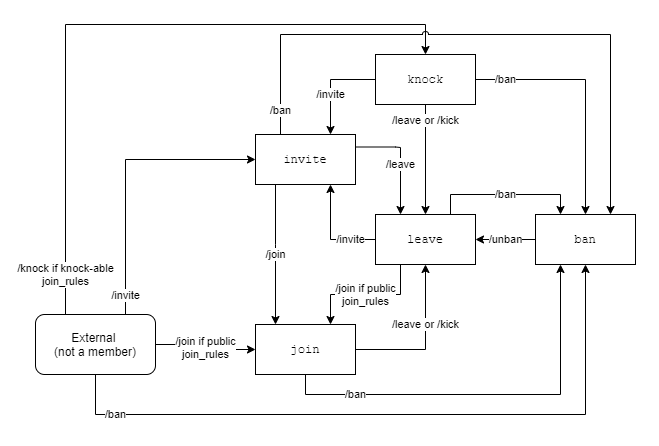
This is website/spec/static/diagrams/membership.png from imzqqq/chat, a draw.io export, as it was before one commit. Source tidied: cells renumbered, new cells last; positions are measured from the earlier drawing's top-left corner, leaving out a move shared by most shapes. Source of this version:
```xml
<mxGraphModel>
  <root>
    <mxCell id="0" />
    <mxCell id="1" parent="0" />
    <mxCell id="2" value="/join" style="edgeStyle=orthogonalEdgeStyle;rounded=0;jettySize=auto;html=1;" parent="1" edge="1" source="4" target="7">
      <mxGeometry relative="1" as="geometry">
        <Array as="points">
          <mxPoint x="240" y="220" />
          <mxPoint x="240" y="220" />
        </Array>
      </mxGeometry>
    </mxCell>
    <mxCell id="3" value="/leave" style="edgeStyle=orthogonalEdgeStyle;rounded=0;jettySize=auto;html=1;exitX=1;exitY=0.25;exitDx=0;exitDy=0;entryX=0.25;entryY=0;entryDx=0;entryDy=0;" parent="1" edge="1" source="21" target="13">
      <mxGeometry x="0.11" relative="1" as="geometry">
        <Array as="points">
          <mxPoint x="360" y="123" />
          <mxPoint x="365" y="123" />
        </Array>
      </mxGeometry>
    </mxCell>
    <mxCell id="4" value="invite" style="rounded=0;whiteSpace=wrap;html=1;" parent="1" vertex="1">
      <mxGeometry x="220" y="110" width="100" height="50" as="geometry" />
    </mxCell>
    <mxCell id="5" value="/leave or /kick" style="edgeStyle=orthogonalEdgeStyle;rounded=0;jettySize=auto;html=1;" parent="1" edge="1" source="7" target="13">
      <mxGeometry x="0.23" relative="1" as="geometry" />
    </mxCell>
    <mxCell id="6" value="/ban" style="edgeStyle=orthogonalEdgeStyle;rounded=0;jettySize=auto;html=1;exitX=0.5;exitY=1;exitDx=0;exitDy=0;entryX=0.25;entryY=1;entryDx=0;entryDy=0;" parent="1" edge="1" source="7" target="9">
      <mxGeometry x="-0.65" relative="1" as="geometry" />
    </mxCell>
    <mxCell id="7" value="join" style="rounded=0;whiteSpace=wrap;html=1;fontFamily=Courier New;" parent="1" vertex="1">
      <mxGeometry x="220" y="300" width="100" height="50" as="geometry" />
    </mxCell>
    <mxCell id="8" value="/unban" style="edgeStyle=orthogonalEdgeStyle;rounded=0;jettySize=auto;html=1;exitX=0;exitY=0.5;exitDx=0;exitDy=0;entryX=1;entryY=0.5;entryDx=0;entryDy=0;" parent="1" edge="1" source="9" target="13">
      <mxGeometry relative="1" as="geometry" />
    </mxCell>
    <mxCell id="9" value="ban" style="rounded=0;whiteSpace=wrap;html=1;fontFamily=Courier New;" parent="1" vertex="1">
      <mxGeometry x="500" y="190" width="100" height="50" as="geometry" />
    </mxCell>
    <mxCell id="10" value="/join if public&lt;br&gt;join_rules" style="edgeStyle=orthogonalEdgeStyle;rounded=0;jettySize=auto;html=1;exitX=0.25;exitY=1;exitDx=0;exitDy=0;entryX=0.75;entryY=0;entryDx=0;entryDy=0;" parent="1" edge="1" source="13" target="7">
      <mxGeometry relative="1" as="geometry" />
    </mxCell>
    <mxCell id="11" value="/invite" style="edgeStyle=orthogonalEdgeStyle;rounded=0;jettySize=auto;html=1;entryX=0.75;entryY=1;entryDx=0;entryDy=0;" parent="1" edge="1" source="13" target="21">
      <mxGeometry x="-0.5" relative="1" as="geometry" />
    </mxCell>
    <mxCell id="12" value="/ban" style="edgeStyle=orthogonalEdgeStyle;rounded=0;jettySize=auto;html=1;exitX=0.75;exitY=0;exitDx=0;exitDy=0;entryX=0.25;entryY=0;entryDx=0;entryDy=0;" parent="1" edge="1" source="13" target="9">
      <mxGeometry relative="1" as="geometry" />
    </mxCell>
    <mxCell id="13" value="leave" style="rounded=0;whiteSpace=wrap;html=1;fontFamily=Courier New;" parent="1" vertex="1">
      <mxGeometry x="340" y="190" width="100" height="50" as="geometry" />
    </mxCell>
    <mxCell id="14" value="/invite" style="edgeStyle=orthogonalEdgeStyle;rounded=0;jettySize=auto;html=1;exitX=0.75;exitY=0;exitDx=0;exitDy=0;entryX=0;entryY=0.5;entryDx=0;entryDy=0;" parent="1" edge="1" source="22" target="21">
      <mxGeometry x="-0.87" relative="1" as="geometry" />
    </mxCell>
    <mxCell id="15" value="/join if public&lt;br&gt;join_rules" style="edgeStyle=orthogonalEdgeStyle;rounded=0;jettySize=auto;html=1;exitX=1;exitY=0.5;exitDx=0;exitDy=0;" parent="1" edge="1" source="22" target="7">
      <mxGeometry relative="1" as="geometry" />
    </mxCell>
    <mxCell id="16" value="/ban" style="edgeStyle=orthogonalEdgeStyle;rounded=0;jettySize=auto;html=1;entryX=0.5;entryY=1;entryDx=0;entryDy=0;exitX=0.5;exitY=1;exitDx=0;exitDy=0;" parent="1" edge="1" source="22" target="9">
      <mxGeometry x="-0.82" relative="1" as="geometry">
        <Array as="points">
          <mxPoint x="60" y="390" />
          <mxPoint x="550" y="390" />
        </Array>
      </mxGeometry>
    </mxCell>
    <mxCell id="17" value="/invite" style="edgeStyle=orthogonalEdgeStyle;rounded=0;jettySize=auto;html=1;exitX=0;exitY=0.5;exitDx=0;exitDy=0;entryX=0.75;entryY=0;entryDx=0;entryDy=0;fontFamily=Helvetica;" parent="1" edge="1" source="20" target="21">
      <mxGeometry x="0.2" relative="1" as="geometry">
        <Array as="points">
          <mxPoint x="295" y="55" />
        </Array>
      </mxGeometry>
    </mxCell>
    <mxCell id="18" value="/leave or /kick" style="edgeStyle=orthogonalEdgeStyle;rounded=0;jettySize=auto;html=1;exitX=0.5;exitY=1;exitDx=0;exitDy=0;entryX=0.5;entryY=0;entryDx=0;entryDy=0;fontFamily=Helvetica;" parent="1" edge="1" source="20" target="13">
      <mxGeometry x="-0.71" relative="1" as="geometry" />
    </mxCell>
    <mxCell id="19" value="/ban" style="edgeStyle=orthogonalEdgeStyle;rounded=0;jettySize=auto;html=1;exitX=1;exitY=0.5;exitDx=0;exitDy=0;entryX=0.5;entryY=0;entryDx=0;entryDy=0;fontFamily=Helvetica;" parent="1" edge="1" source="20" target="9">
      <mxGeometry x="-0.76" relative="1" as="geometry" />
    </mxCell>
    <mxCell id="20" value="knock" style="rounded=0;whiteSpace=wrap;html=1;fontFamily=Courier New;" parent="1" vertex="1">
      <mxGeometry x="340" y="30" width="100" height="50" as="geometry" />
    </mxCell>
    <mxCell id="21" value="invite" style="rounded=0;whiteSpace=wrap;html=1;fontFamily=Courier New;" parent="1" vertex="1">
      <mxGeometry x="220" y="110" width="100" height="50" as="geometry" />
    </mxCell>
    <mxCell id="22" value="External &lt;br&gt;(not a member)" style="rounded=1;whiteSpace=wrap;html=1;fontFamily=Helvetica;" parent="1" vertex="1">
      <mxGeometry y="290" width="120" height="60" as="geometry" />
    </mxCell>
    <mxCell id="23" value="/knock if knock-able&lt;br&gt;join_rules" style="edgeStyle=orthogonalEdgeStyle;rounded=0;jettySize=auto;html=1;exitX=0.25;exitY=0;exitDx=0;exitDy=0;entryX=0.5;entryY=0;entryDx=0;entryDy=0;fontFamily=Helvetica;jumpStyle=none;jumpSize=7;" parent="1" edge="1" source="22" target="20">
      <mxGeometry x="-0.88" relative="1" as="geometry">
        <Array as="points">
          <mxPoint x="30" />
          <mxPoint x="390" />
        </Array>
      </mxGeometry>
    </mxCell>
    <mxCell id="24" value="/ban" style="edgeStyle=orthogonalEdgeStyle;rounded=0;jettySize=auto;html=1;exitX=0.25;exitY=0;exitDx=0;exitDy=0;entryX=0.75;entryY=0;entryDx=0;entryDy=0;jumpStyle=arc;" parent="1" edge="1" source="21" target="9">
      <mxGeometry x="-0.92" relative="1" as="geometry">
        <Array as="points">
          <mxPoint x="245" y="10" />
          <mxPoint x="575" y="10" />
        </Array>
      </mxGeometry>
    </mxCell>
  </root>
</mxGraphModel>
```
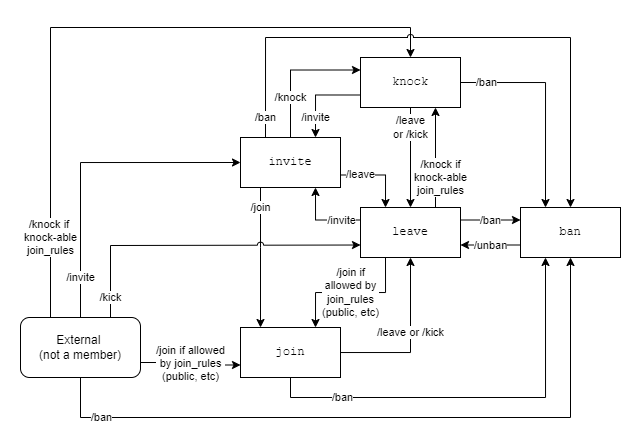
Above is the later version.

The edit, as a diff of the source:
```diff
@@ -3,26 +3,18 @@
     <mxCell id="0" />
     <mxCell id="1" parent="0" />
     <mxCell id="2" value="/join" style="edgeStyle=orthogonalEdgeStyle;rounded=0;jettySize=auto;html=1;" parent="1" edge="1" source="4" target="7">
-      <mxGeometry relative="1" as="geometry">
+      <mxGeometry x="-0.71" relative="1" as="geometry">
         <Array as="points">
           <mxPoint x="240" y="220" />
           <mxPoint x="240" y="220" />
         </Array>
       </mxGeometry>
     </mxCell>
-    <mxCell id="3" value="/leave" style="edgeStyle=orthogonalEdgeStyle;rounded=0;jettySize=auto;html=1;exitX=1;exitY=0.25;exitDx=0;exitDy=0;entryX=0.25;entryY=0;entryDx=0;entryDy=0;" parent="1" edge="1" source="21" target="13">
-      <mxGeometry x="0.11" relative="1" as="geometry">
-        <Array as="points">
-          <mxPoint x="360" y="123" />
-          <mxPoint x="365" y="123" />
-        </Array>
-      </mxGeometry>
-    </mxCell>
     <mxCell id="4" value="invite" style="rounded=0;whiteSpace=wrap;html=1;" parent="1" vertex="1">
       <mxGeometry x="220" y="110" width="100" height="50" as="geometry" />
     </mxCell>
     <mxCell id="5" value="/leave or /kick" style="edgeStyle=orthogonalEdgeStyle;rounded=0;jettySize=auto;html=1;" parent="1" edge="1" source="7" target="13">
-      <mxGeometry x="0.23" relative="1" as="geometry" />
+      <mxGeometry x="0.1" relative="1" as="geometry" />
     </mxCell>
     <mxCell id="6" value="/ban" style="edgeStyle=orthogonalEdgeStyle;rounded=0;jettySize=auto;html=1;exitX=0.5;exitY=1;exitDx=0;exitDy=0;entryX=0.25;entryY=1;entryDx=0;entryDy=0;" parent="1" edge="1" source="7" target="9">
       <mxGeometry x="-0.65" relative="1" as="geometry" />
@@ -30,29 +22,34 @@
     <mxCell id="7" value="join" style="rounded=0;whiteSpace=wrap;html=1;fontFamily=Courier New;" parent="1" vertex="1">
       <mxGeometry x="220" y="300" width="100" height="50" as="geometry" />
     </mxCell>
-    <mxCell id="8" value="/unban" style="edgeStyle=orthogonalEdgeStyle;rounded=0;jettySize=auto;html=1;exitX=0;exitY=0.5;exitDx=0;exitDy=0;entryX=1;entryY=0.5;entryDx=0;entryDy=0;" parent="1" edge="1" source="9" target="13">
+    <mxCell id="8" value="/unban" style="edgeStyle=orthogonalEdgeStyle;rounded=0;jettySize=auto;html=1;exitX=0;exitY=0.75;exitDx=0;exitDy=0;entryX=1;entryY=0.75;entryDx=0;entryDy=0;" parent="1" edge="1" source="9" target="13">
       <mxGeometry relative="1" as="geometry" />
     </mxCell>
     <mxCell id="9" value="ban" style="rounded=0;whiteSpace=wrap;html=1;fontFamily=Courier New;" parent="1" vertex="1">
-      <mxGeometry x="500" y="190" width="100" height="50" as="geometry" />
+      <mxGeometry x="500" y="180" width="100" height="50" as="geometry" />
     </mxCell>
-    <mxCell id="10" value="/join if public&lt;br&gt;join_rules" style="edgeStyle=orthogonalEdgeStyle;rounded=0;jettySize=auto;html=1;exitX=0.25;exitY=1;exitDx=0;exitDy=0;entryX=0.75;entryY=0;entryDx=0;entryDy=0;" parent="1" edge="1" source="13" target="7">
+    <mxCell id="10" value="/join if&lt;br&gt;allowed by&lt;br&gt;join_rules&lt;br&gt;(public, etc)" style="edgeStyle=orthogonalEdgeStyle;rounded=0;jettySize=auto;html=1;exitX=0.25;exitY=1;exitDx=0;exitDy=0;entryX=0.75;entryY=0;entryDx=0;entryDy=0;" parent="1" edge="1" source="13" target="7">
       <mxGeometry relative="1" as="geometry" />
     </mxCell>
-    <mxCell id="11" value="/invite" style="edgeStyle=orthogonalEdgeStyle;rounded=0;jettySize=auto;html=1;entryX=0.75;entryY=1;entryDx=0;entryDy=0;" parent="1" edge="1" source="13" target="21">
+    <mxCell id="11" value="/invite" style="edgeStyle=orthogonalEdgeStyle;rounded=0;jettySize=auto;html=1;entryX=0.75;entryY=1;entryDx=0;entryDy=0;exitX=0;exitY=0.25;exitDx=0;exitDy=0;" parent="1" edge="1" source="13" target="21">
       <mxGeometry x="-0.5" relative="1" as="geometry" />
     </mxCell>
-    <mxCell id="12" value="/ban" style="edgeStyle=orthogonalEdgeStyle;rounded=0;jettySize=auto;html=1;exitX=0.75;exitY=0;exitDx=0;exitDy=0;entryX=0.25;entryY=0;entryDx=0;entryDy=0;" parent="1" edge="1" source="13" target="9">
+    <mxCell id="12" value="/ban" style="edgeStyle=orthogonalEdgeStyle;rounded=0;jettySize=auto;html=1;exitX=1;exitY=0.25;exitDx=0;exitDy=0;entryX=0;entryY=0.25;entryDx=0;entryDy=0;" parent="1" edge="1" source="13" target="9">
       <mxGeometry relative="1" as="geometry" />
     </mxCell>
     <mxCell id="13" value="leave" style="rounded=0;whiteSpace=wrap;html=1;fontFamily=Courier New;" parent="1" vertex="1">
-      <mxGeometry x="340" y="190" width="100" height="50" as="geometry" />
+      <mxGeometry x="340" y="180" width="100" height="50" as="geometry" />
     </mxCell>
-    <mxCell id="14" value="/invite" style="edgeStyle=orthogonalEdgeStyle;rounded=0;jettySize=auto;html=1;exitX=0.75;exitY=0;exitDx=0;exitDy=0;entryX=0;entryY=0.5;entryDx=0;entryDy=0;" parent="1" edge="1" source="22" target="21">
-      <mxGeometry x="-0.87" relative="1" as="geometry" />
+    <mxCell id="14" value="/invite" style="edgeStyle=orthogonalEdgeStyle;rounded=0;jettySize=auto;html=1;exitX=0.5;exitY=0;exitDx=0;exitDy=0;entryX=0;entryY=0.5;entryDx=0;entryDy=0;" parent="1" edge="1" source="22" target="21">
+      <mxGeometry x="-0.75" relative="1" as="geometry" />
     </mxCell>
-    <mxCell id="15" value="/join if public&lt;br&gt;join_rules" style="edgeStyle=orthogonalEdgeStyle;rounded=0;jettySize=auto;html=1;exitX=1;exitY=0.5;exitDx=0;exitDy=0;" parent="1" edge="1" source="22" target="7">
-      <mxGeometry relative="1" as="geometry" />
+    <mxCell id="15" value="/join if allowed&lt;br&gt;by join_rules&lt;br&gt;(public, etc)" style="edgeStyle=orthogonalEdgeStyle;rounded=0;jettySize=auto;html=1;exitX=1;exitY=0.75;exitDx=0;exitDy=0;entryX=0;entryY=0.75;entryDx=0;entryDy=0;" parent="1" edge="1" source="22" target="7">
+      <mxGeometry relative="1" as="geometry">
+        <Array as="points">
+          <mxPoint x="170" y="335" />
+          <mxPoint x="170" y="338" />
+        </Array>
+      </mxGeometry>
     </mxCell>
     <mxCell id="16" value="/ban" style="edgeStyle=orthogonalEdgeStyle;rounded=0;jettySize=auto;html=1;entryX=0.5;entryY=1;entryDx=0;entryDy=0;exitX=0.5;exitY=1;exitDx=0;exitDy=0;" parent="1" edge="1" source="22" target="9">
       <mxGeometry x="-0.82" relative="1" as="geometry">
@@ -62,43 +59,60 @@
         </Array>
       </mxGeometry>
     </mxCell>
-    <mxCell id="17" value="/invite" style="edgeStyle=orthogonalEdgeStyle;rounded=0;jettySize=auto;html=1;exitX=0;exitY=0.5;exitDx=0;exitDy=0;entryX=0.75;entryY=0;entryDx=0;entryDy=0;fontFamily=Helvetica;" parent="1" edge="1" source="20" target="21">
-      <mxGeometry x="0.2" relative="1" as="geometry">
+    <mxCell id="17" value="/invite" style="edgeStyle=orthogonalEdgeStyle;rounded=0;jettySize=auto;html=1;exitX=0;exitY=0.75;exitDx=0;exitDy=0;entryX=0.75;entryY=0;entryDx=0;entryDy=0;fontFamily=Helvetica;" parent="1" edge="1" source="20" target="21">
+      <mxGeometry x="0.54" relative="1" as="geometry">
         <Array as="points">
-          <mxPoint x="295" y="55" />
+          <mxPoint x="295" y="68" />
         </Array>
       </mxGeometry>
     </mxCell>
-    <mxCell id="18" value="/leave or /kick" style="edgeStyle=orthogonalEdgeStyle;rounded=0;jettySize=auto;html=1;exitX=0.5;exitY=1;exitDx=0;exitDy=0;entryX=0.5;entryY=0;entryDx=0;entryDy=0;fontFamily=Helvetica;" parent="1" edge="1" source="20" target="13">
-      <mxGeometry x="-0.71" relative="1" as="geometry" />
-    </mxCell>
-    <mxCell id="19" value="/ban" style="edgeStyle=orthogonalEdgeStyle;rounded=0;jettySize=auto;html=1;exitX=1;exitY=0.5;exitDx=0;exitDy=0;entryX=0.5;entryY=0;entryDx=0;entryDy=0;fontFamily=Helvetica;" parent="1" edge="1" source="20" target="9">
+    <mxCell id="19" value="/ban" style="edgeStyle=orthogonalEdgeStyle;rounded=0;jettySize=auto;html=1;exitX=1;exitY=0.5;exitDx=0;exitDy=0;entryX=0.25;entryY=0;entryDx=0;entryDy=0;fontFamily=Helvetica;" parent="1" edge="1" source="20" target="9">
       <mxGeometry x="-0.76" relative="1" as="geometry" />
     </mxCell>
     <mxCell id="20" value="knock" style="rounded=0;whiteSpace=wrap;html=1;fontFamily=Courier New;" parent="1" vertex="1">
       <mxGeometry x="340" y="30" width="100" height="50" as="geometry" />
     </mxCell>
+    <mxCell id="25" value="/knock" style="edgeStyle=orthogonalEdgeStyle;rounded=0;jettySize=auto;html=1;exitX=0.5;exitY=0;exitDx=0;exitDy=0;entryX=0;entryY=0.25;entryDx=0;entryDy=0;" parent="1" edge="1" source="21" target="20">
+      <mxGeometry x="-0.42" relative="1" as="geometry" />
+    </mxCell>
+    <mxCell id="3" value="/leave" style="edgeStyle=orthogonalEdgeStyle;rounded=0;jettySize=auto;html=1;exitX=1;exitY=0.75;exitDx=0;exitDy=0;entryX=0.25;entryY=0;entryDx=0;entryDy=0;" parent="1" edge="1" source="21" target="13">
+      <mxGeometry x="-0.48" relative="1" as="geometry" />
+    </mxCell>
     <mxCell id="21" value="invite" style="rounded=0;whiteSpace=wrap;html=1;fontFamily=Courier New;" parent="1" vertex="1">
       <mxGeometry x="220" y="110" width="100" height="50" as="geometry" />
     </mxCell>
+    <mxCell id="26" value="/kick" style="edgeStyle=orthogonalEdgeStyle;rounded=0;jumpStyle=arc;jettySize=auto;html=1;exitX=0.75;exitY=0;exitDx=0;exitDy=0;entryX=0;entryY=0.75;entryDx=0;entryDy=0;" parent="1" edge="1" source="22" target="13">
+      <mxGeometry x="-0.88" relative="1" as="geometry">
+        <Array as="points">
+          <mxPoint x="90" y="218" />
+          <mxPoint x="170" y="218" />
+        </Array>
+      </mxGeometry>
+    </mxCell>
     <mxCell id="22" value="External &lt;br&gt;(not a member)" style="rounded=1;whiteSpace=wrap;html=1;fontFamily=Helvetica;" parent="1" vertex="1">
       <mxGeometry y="290" width="120" height="60" as="geometry" />
     </mxCell>
-    <mxCell id="23" value="/knock if knock-able&lt;br&gt;join_rules" style="edgeStyle=orthogonalEdgeStyle;rounded=0;jettySize=auto;html=1;exitX=0.25;exitY=0;exitDx=0;exitDy=0;entryX=0.5;entryY=0;entryDx=0;entryDy=0;fontFamily=Helvetica;jumpStyle=none;jumpSize=7;" parent="1" edge="1" source="22" target="20">
-      <mxGeometry x="-0.88" relative="1" as="geometry">
+    <mxCell id="23" value="/knock if &lt;br&gt;knock-able&lt;br&gt;join_rules" style="edgeStyle=orthogonalEdgeStyle;rounded=0;jettySize=auto;html=1;exitX=0.25;exitY=0;exitDx=0;exitDy=0;entryX=0.5;entryY=0;entryDx=0;entryDy=0;fontFamily=Helvetica;jumpStyle=none;jumpSize=7;" parent="1" edge="1" source="22" target="20">
+      <mxGeometry x="-0.76" relative="1" as="geometry">
         <Array as="points">
           <mxPoint x="30" />
           <mxPoint x="390" />
         </Array>
       </mxGeometry>
     </mxCell>
-    <mxCell id="24" value="/ban" style="edgeStyle=orthogonalEdgeStyle;rounded=0;jettySize=auto;html=1;exitX=0.25;exitY=0;exitDx=0;exitDy=0;entryX=0.75;entryY=0;entryDx=0;entryDy=0;jumpStyle=arc;" parent="1" edge="1" source="21" target="9">
-      <mxGeometry x="-0.92" relative="1" as="geometry">
+    <mxCell id="24" value="/ban" style="edgeStyle=orthogonalEdgeStyle;rounded=0;jettySize=auto;html=1;exitX=0.25;exitY=0;exitDx=0;exitDy=0;entryX=0.5;entryY=0;entryDx=0;entryDy=0;jumpStyle=arc;" parent="1" edge="1" source="21" target="9">
+      <mxGeometry x="-0.93" relative="1" as="geometry">
         <Array as="points">
           <mxPoint x="245" y="10" />
-          <mxPoint x="575" y="10" />
+          <mxPoint x="550" y="10" />
         </Array>
       </mxGeometry>
     </mxCell>
+    <mxCell id="18" value="/leave&lt;br&gt;or /kick" style="edgeStyle=orthogonalEdgeStyle;rounded=0;jettySize=auto;html=1;exitX=0.5;exitY=1;exitDx=0;exitDy=0;entryX=0.5;entryY=0;entryDx=0;entryDy=0;fontFamily=Helvetica;" parent="1" edge="1" source="20" target="13">
+      <mxGeometry x="-0.6" relative="1" as="geometry" />
+    </mxCell>
+    <mxCell id="27" value="/knock if&lt;br&gt;knock-able&lt;br&gt;join_rules&lt;br&gt;" style="edgeStyle=orthogonalEdgeStyle;rounded=0;jettySize=auto;html=1;exitX=0.75;exitY=0;exitDx=0;exitDy=0;entryX=0.75;entryY=1;entryDx=0;entryDy=0;" parent="1" edge="1" source="13" target="20">
+      <mxGeometry x="-0.4" y="-5" relative="1" as="geometry" />
+    </mxCell>
   </root>
 </mxGraphModel>
```
